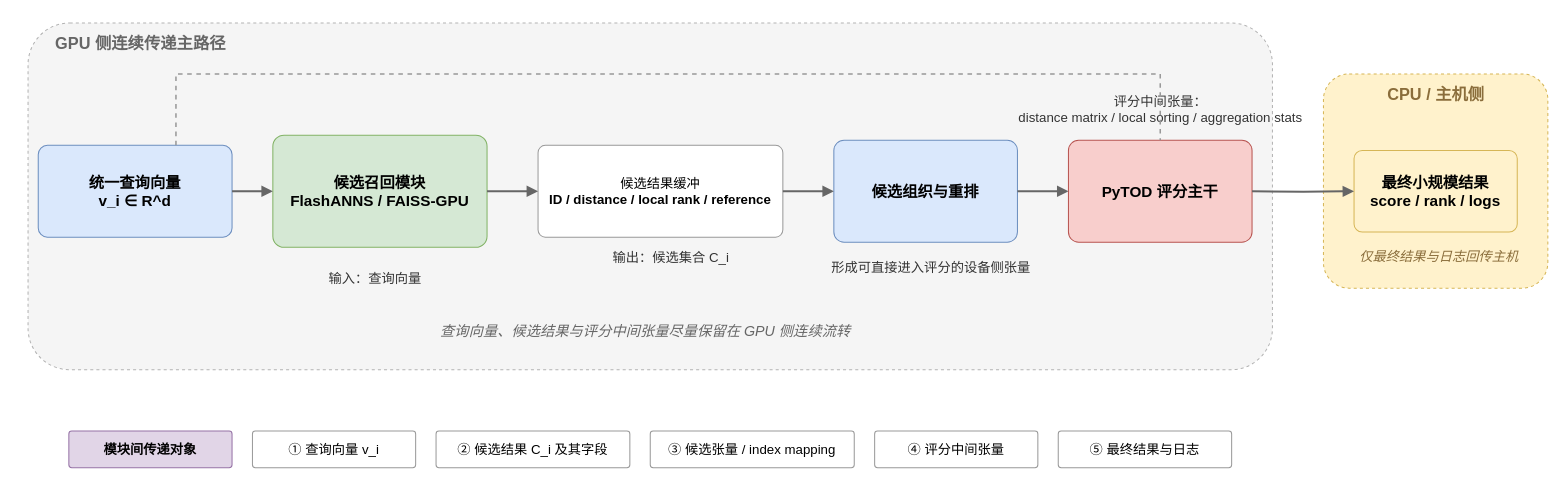
HuangEven/sysuthesis keeps this draw.io diagram as sysuthesis/figures/fig3-4_intermediate_results_transfer.drawio. Above is the earlier version. Source tidied: cells renumbered, new cells numbered last; positions are measured from the earlier drawing's top-left corner, leaving out a move shared by most shapes. Both pictures are drawn from the tidied source at 102%, with x=0, y=0 at pixel (28, 22).
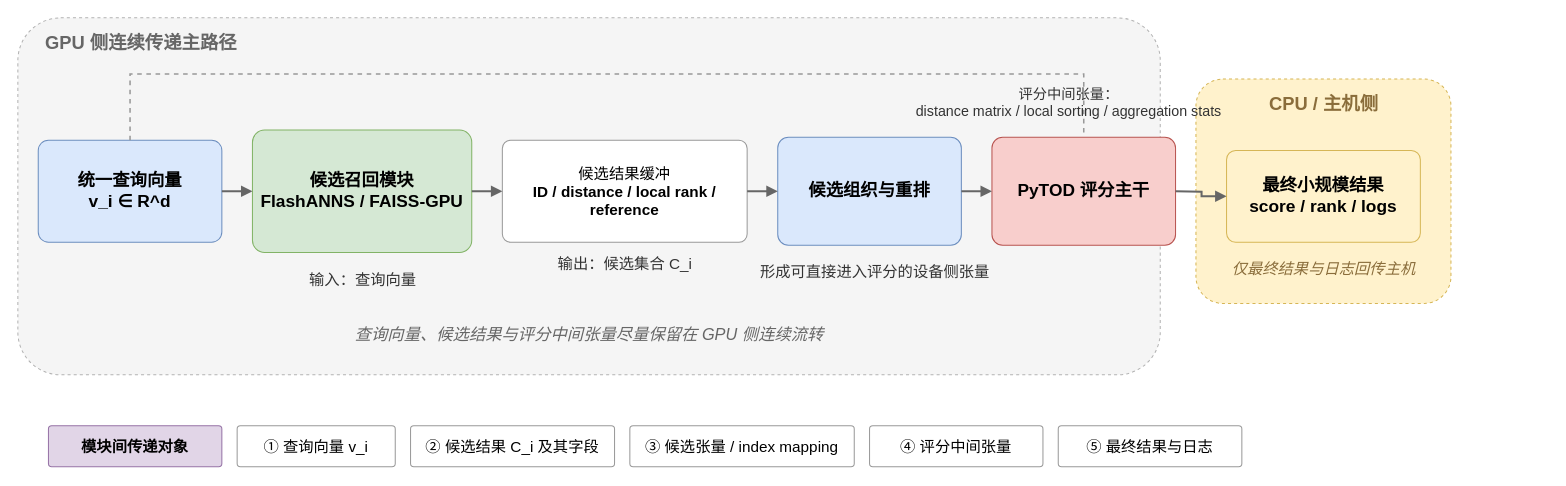
After the change.

The edit, as a diff of the source:
```diff
@@
     <mxCell id="2" style="rounded=1;whiteSpace=wrap;html=1;fillColor=#f5f5f5;strokeColor=#b3b3b3;dashed=1;arcSize=12;" parent="1" vertex="1">
-      <mxGeometry width="1220" height="340" as="geometry" />
+      <mxGeometry x="-10" y="-5" width="1120" height="350" as="geometry" />
     </mxCell>
     <mxCell id="3" style="rounded=1;whiteSpace=wrap;html=1;fillColor=#fff2cc;strokeColor=#d6b656;dashed=1;arcSize=12;" parent="1" vertex="1">
-      <mxGeometry x="1270" y="50" width="220" height="210" as="geometry" />
+      <mxGeometry x="1145" y="55" width="250" height="220" as="geometry" />
     </mxCell>
-    <mxCell id="4" value="GPU 侧连续传递主路径" style="text;html=1;strokeColor=none;fillColor=none;align=left;verticalAlign=middle;fontStyle=1;fontSize=16;fontColor=#666666;" parent="1" vertex="1">
-      <mxGeometry x="25" y="10" width="220" height="20" as="geometry" />
+    <mxCell id="4" value="GPU 侧连续传递主路径" style="text;html=1;strokeColor=none;fillColor=none;align=left;verticalAlign=middle;fontStyle=1;fontSize=18;fontColor=#666666;fontFamily=PingFang SC;" parent="1" vertex="1">
+      <mxGeometry x="15" y="8" width="260" height="24" as="geometry" />
     </mxCell>
-    <mxCell id="5" value="CPU / 主机侧" style="text;html=1;strokeColor=none;fillColor=none;align=center;verticalAlign=middle;fontStyle=1;fontSize=16;fontColor=#8a6d3b;" parent="1" vertex="1">
-      <mxGeometry x="1320" y="60" width="120" height="20" as="geometry" />
+    <mxCell id="5" value="CPU / 主机侧" style="text;html=1;strokeColor=none;fillColor=none;align=center;verticalAlign=middle;fontStyle=1;fontSize=18;fontColor=#8a6d3b;fontFamily=PingFang SC;" parent="1" vertex="1">
+      <mxGeometry x="1190" y="68" width="160" height="24" as="geometry" />
     </mxCell>
-    <mxCell id="6" value="统一查询向量&lt;br/&gt;&lt;b&gt;v_i ∈ R^d&lt;/b&gt;" style="rounded=1;whiteSpace=wrap;html=1;arcSize=10;fillColor=#dae8fc;strokeColor=#6c8ebf;fontSize=15;fontStyle=1;" parent="1" vertex="1">
-      <mxGeometry x="10" y="120" width="190" height="90" as="geometry" />
+    <mxCell id="6" value="统一查询向量&lt;br/&gt;&lt;b&gt;v_i ∈ R^d&lt;/b&gt;" style="rounded=1;whiteSpace=wrap;html=1;arcSize=10;fillColor=#dae8fc;strokeColor=#6c8ebf;fontSize=17;fontStyle=1;fontFamily=PingFang SC;" parent="1" vertex="1">
+      <mxGeometry x="10" y="115" width="180" height="100" as="geometry" />
     </mxCell>
-    <mxCell id="7" value="候选召回模块&lt;br/&gt;&lt;b&gt;FlashANNS / FAISS-GPU&lt;/b&gt;" style="rounded=1;whiteSpace=wrap;html=1;arcSize=10;fillColor=#d5e8d4;strokeColor=#82b366;fontSize=15;fontStyle=1;" parent="1" vertex="1">
-      <mxGeometry x="240" y="110" width="210" height="110" as="geometry" />
+    <mxCell id="7" value="候选召回模块&lt;br/&gt;&lt;b&gt;FlashANNS / FAISS-GPU&lt;/b&gt;" style="rounded=1;whiteSpace=wrap;html=1;arcSize=10;fillColor=#d5e8d4;strokeColor=#82b366;fontSize=17;fontStyle=1;fontFamily=PingFang SC;" parent="1" vertex="1">
+      <mxGeometry x="220" y="105" width="215" height="120" as="geometry" />
     </mxCell>
-    <mxCell id="8" value="候选结果缓冲&lt;br/&gt;&lt;b&gt;ID / distance / local rank / reference&lt;/b&gt;" style="rounded=1;whiteSpace=wrap;html=1;arcSize=8;fillColor=#ffffff;strokeColor=#999999;fontSize=13;" parent="1" vertex="1">
-      <mxGeometry x="500" y="120" width="240" height="90" as="geometry" />
+    <mxCell id="8" value="候选结果缓冲&lt;br/&gt;&lt;b&gt;ID / distance / local rank / reference&lt;/b&gt;" style="rounded=1;whiteSpace=wrap;html=1;arcSize=8;fillColor=#ffffff;strokeColor=#999999;fontSize=15;fontFamily=PingFang SC;" parent="1" vertex="1">
+      <mxGeometry x="465" y="115" width="240" height="100" as="geometry" />
     </mxCell>
-    <mxCell id="9" value="候选组织与重排" style="rounded=1;whiteSpace=wrap;html=1;arcSize=10;fillColor=#dae8fc;strokeColor=#6c8ebf;fontSize=15;fontStyle=1;" parent="1" vertex="1">
-      <mxGeometry x="790" y="115" width="180" height="100" as="geometry" />
+    <mxCell id="9" value="候选组织与重排" style="rounded=1;whiteSpace=wrap;html=1;arcSize=10;fillColor=#dae8fc;strokeColor=#6c8ebf;fontSize=17;fontStyle=1;fontFamily=PingFang SC;" parent="1" vertex="1">
+      <mxGeometry x="735" y="112" width="180" height="106" as="geometry" />
     </mxCell>
-    <mxCell id="10" value="PyTOD 评分主干" style="rounded=1;whiteSpace=wrap;html=1;arcSize=10;fillColor=#f8cecc;strokeColor=#b85450;fontSize=15;fontStyle=1;" parent="1" vertex="1">
-      <mxGeometry x="1020" y="115" width="180" height="100" as="geometry" />
+    <mxCell id="10" value="PyTOD 评分主干" style="rounded=1;whiteSpace=wrap;html=1;arcSize=10;fillColor=#f8cecc;strokeColor=#b85450;fontSize=17;fontStyle=1;fontFamily=PingFang SC;" parent="1" vertex="1">
+      <mxGeometry x="945" y="112" width="180" height="106" as="geometry" />
     </mxCell>
-    <mxCell id="11" value="最终小规模结果&lt;br/&gt;&lt;b&gt;score / rank / logs&lt;/b&gt;" style="rounded=1;whiteSpace=wrap;html=1;arcSize=10;fillColor=#fff2cc;strokeColor=#d6b656;fontSize=15;fontStyle=1;" parent="1" vertex="1">
-      <mxGeometry x="1300" y="125" width="160" height="80" as="geometry" />
+    <mxCell id="11" value="最终小规模结果&lt;br/&gt;&lt;b&gt;score / rank / logs&lt;/b&gt;" style="rounded=1;whiteSpace=wrap;html=1;arcSize=10;fillColor=#fff2cc;strokeColor=#d6b656;fontSize=17;fontStyle=1;fontFamily=PingFang SC;" parent="1" vertex="1">
+      <mxGeometry x="1175" y="125" width="190" height="90" as="geometry" />
     </mxCell>
-    <mxCell id="12" value="输入：查询向量" style="text;html=1;strokeColor=none;fillColor=none;align=center;verticalAlign=middle;fontSize=13;fontColor=#333333;" parent="1" vertex="1">
-      <mxGeometry x="240" y="240" width="200" height="20" as="geometry" />
+    <mxCell id="12" value="输入：查询向量" style="text;html=1;strokeColor=none;fillColor=none;align=center;verticalAlign=middle;fontSize=15;fontColor=#333333;fontFamily=PingFang SC;" parent="1" vertex="1">
+      <mxGeometry x="225" y="240" width="205" height="22" as="geometry" />
     </mxCell>
-    <mxCell id="13" value="输出：候选集合 C_i" style="text;html=1;strokeColor=none;fillColor=none;align=center;verticalAlign=middle;fontSize=13;fontColor=#333333;" parent="1" vertex="1">
-      <mxGeometry x="540" y="220" width="180" height="20" as="geometry" />
+    <mxCell id="13" value="输出：候选集合 C_i" style="text;html=1;strokeColor=none;fillColor=none;align=center;verticalAlign=middle;fontSize=15;fontColor=#333333;fontFamily=PingFang SC;" parent="1" vertex="1">
+      <mxGeometry x="495" y="225" width="180" height="22" as="geometry" />
     </mxCell>
-    <mxCell id="14" value="形成可直接进入评分的设备侧张量" style="text;html=1;strokeColor=none;fillColor=none;align=center;verticalAlign=middle;fontSize=13;fontColor=#333333;" parent="1" vertex="1">
-      <mxGeometry x="770" y="230" width="230" height="20" as="geometry" />
+    <mxCell id="14" value="形成可直接进入评分的设备侧张量" style="text;html=1;strokeColor=none;fillColor=none;align=center;verticalAlign=middle;fontSize=15;fontColor=#333333;fontFamily=PingFang SC;" parent="1" vertex="1">
+      <mxGeometry x="705" y="233" width="250" height="22" as="geometry" />
     </mxCell>
-    <mxCell id="15" value="评分中间张量：&lt;div&gt;distance matrix / local sorting / aggregation stats&lt;/div&gt;" style="text;html=1;strokeColor=none;fillColor=none;align=center;verticalAlign=middle;fontSize=13;fontColor=#333333;" parent="1" vertex="1">
-      <mxGeometry x="960" y="75" width="300" height="20" as="geometry" />
+    <mxCell id="15" value="评分中间张量：&lt;div&gt;distance matrix / local sorting / aggregation stats&lt;/div&gt;" style="text;html=1;strokeColor=none;fillColor=none;align=center;verticalAlign=middle;fontSize=14;fontColor=#333333;fontFamily=PingFang SC;" parent="1" vertex="1">
+      <mxGeometry x="870" y="60" width="300" height="36" as="geometry" />
     </mxCell>
-    <mxCell id="16" value="查询向量、候选结果与评分中间张量尽量保留在 GPU 侧连续流转" style="text;html=1;strokeColor=none;fillColor=none;align=center;verticalAlign=middle;fontSize=14;fontColor=#666666;fontStyle=2;" parent="1" vertex="1">
-      <mxGeometry x="280" y="290" width="650" height="24" as="geometry" />
+    <mxCell id="16" value="查询向量、候选结果与评分中间张量尽量保留在 GPU 侧连续流转" style="text;html=1;strokeColor=none;fillColor=none;align=center;verticalAlign=middle;fontSize=16;fontColor=#666666;fontStyle=2;fontFamily=PingFang SC;" parent="1" vertex="1">
+      <mxGeometry x="225" y="292" width="650" height="26" as="geometry" />
     </mxCell>
-    <mxCell id="17" value="仅最终结果与日志回传主机" style="text;html=1;strokeColor=none;fillColor=none;align=center;verticalAlign=middle;fontSize=13;fontColor=#8a6d3b;fontStyle=2;" parent="1" vertex="1">
-      <mxGeometry x="1288" y="217" width="190" height="24" as="geometry" />
+    <mxCell id="17" value="仅最终结果与日志回传主机" style="text;html=1;strokeColor=none;fillColor=none;align=center;verticalAlign=middle;fontSize=15;fontColor=#8a6d3b;fontStyle=2;fontFamily=PingFang SC;" parent="1" vertex="1">
+      <mxGeometry x="1160" y="228" width="220" height="26" as="geometry" />
     </mxCell>
@@
     <mxCell id="22" style="edgeStyle=orthogonalEdgeStyle;rounded=0;jettySize=auto;html=1;strokeWidth=2;endArrow=block;endFill=1;strokeColor=#666666;" parent="1" edge="1" target="11">
       <mxGeometry relative="1" as="geometry">
-        <mxPoint x="1200" y="165" as="sourcePoint" />
+        <mxPoint x="1125" y="165" as="sourcePoint" />
       </mxGeometry>
     </mxCell>
     <mxCell id="23" style="edgeStyle=orthogonalEdgeStyle;rounded=0;jettySize=auto;html=1;strokeWidth=1.5;dashed=1;endArrow=none;strokeColor=#999999;" parent="1" edge="1" source="6" target="10">
       <mxGeometry relative="1" as="geometry">
         <Array as="points">
-          <mxPoint x="145" y="50" />
-          <mxPoint x="1110" y="50" />
+          <mxPoint x="100" y="50" />
+          <mxPoint x="1035" y="50" />
         </Array>
       </mxGeometry>
     </mxCell>
-    <mxCell id="24" value="模块间传递对象" style="rounded=1;whiteSpace=wrap;html=1;arcSize=8;fillColor=#e1d5e7;strokeColor=#9673a6;fontSize=13;fontStyle=1;" parent="1" vertex="1">
-      <mxGeometry x="40" y="400" width="160" height="36" as="geometry" />
+    <mxCell id="24" value="模块间传递对象" style="rounded=1;whiteSpace=wrap;html=1;arcSize=8;fillColor=#e1d5e7;strokeColor=#9673a6;fontSize=15;fontStyle=1;fontFamily=PingFang SC;" parent="1" vertex="1">
+      <mxGeometry x="20" y="395" width="170" height="40" as="geometry" />
     </mxCell>
-    <mxCell id="25" value="① 查询向量 v_i" style="rounded=1;whiteSpace=wrap;html=1;arcSize=8;fillColor=#ffffff;strokeColor=#999999;fontSize=13;" parent="1" vertex="1">
-      <mxGeometry x="220" y="400" width="160" height="36" as="geometry" />
+    <mxCell id="25" value="① 查询向量 v_i" style="rounded=1;whiteSpace=wrap;html=1;arcSize=8;fillColor=#ffffff;strokeColor=#999999;fontSize=15;fontFamily=PingFang SC;" parent="1" vertex="1">
+      <mxGeometry x="205" y="395" width="155" height="40" as="geometry" />
     </mxCell>
-    <mxCell id="26" value="② 候选结果 C_i 及其字段" style="rounded=1;whiteSpace=wrap;html=1;arcSize=8;fillColor=#ffffff;strokeColor=#999999;fontSize=13;" parent="1" vertex="1">
-      <mxGeometry x="400" y="400" width="190" height="36" as="geometry" />
+    <mxCell id="26" value="② 候选结果 C_i 及其字段" style="rounded=1;whiteSpace=wrap;html=1;arcSize=8;fillColor=#ffffff;strokeColor=#999999;fontSize=15;fontFamily=PingFang SC;" parent="1" vertex="1">
+      <mxGeometry x="375" y="395" width="200" height="40" as="geometry" />
     </mxCell>
-    <mxCell id="27" value="③ 候选张量 / index mapping" style="rounded=1;whiteSpace=wrap;html=1;arcSize=8;fillColor=#ffffff;strokeColor=#999999;fontSize=13;" parent="1" vertex="1">
-      <mxGeometry x="610" y="400" width="200" height="36" as="geometry" />
+    <mxCell id="27" value="③ 候选张量 / index mapping" style="rounded=1;whiteSpace=wrap;html=1;arcSize=8;fillColor=#ffffff;strokeColor=#999999;fontSize=15;fontFamily=PingFang SC;" parent="1" vertex="1">
+      <mxGeometry x="590" y="395" width="220" height="40" as="geometry" />
     </mxCell>
-    <mxCell id="28" value="④ 评分中间张量" style="rounded=1;whiteSpace=wrap;html=1;arcSize=8;fillColor=#ffffff;strokeColor=#999999;fontSize=13;" parent="1" vertex="1">
-      <mxGeometry x="830" y="400" width="160" height="36" as="geometry" />
+    <mxCell id="28" value="④ 评分中间张量" style="rounded=1;whiteSpace=wrap;html=1;arcSize=8;fillColor=#ffffff;strokeColor=#999999;fontSize=15;fontFamily=PingFang SC;" parent="1" vertex="1">
+      <mxGeometry x="825" y="395" width="170" height="40" as="geometry" />
     </mxCell>
-    <mxCell id="29" value="⑤ 最终结果与日志" style="rounded=1;whiteSpace=wrap;html=1;arcSize=8;fillColor=#ffffff;strokeColor=#999999;fontSize=13;" parent="1" vertex="1">
-      <mxGeometry x="1010" y="400" width="170" height="36" as="geometry" />
+    <mxCell id="29" value="⑤ 最终结果与日志" style="rounded=1;whiteSpace=wrap;html=1;arcSize=8;fillColor=#ffffff;strokeColor=#999999;fontSize=15;fontFamily=PingFang SC;" parent="1" vertex="1">
+      <mxGeometry x="1010" y="395" width="180" height="40" as="geometry" />
     </mxCell>
```
